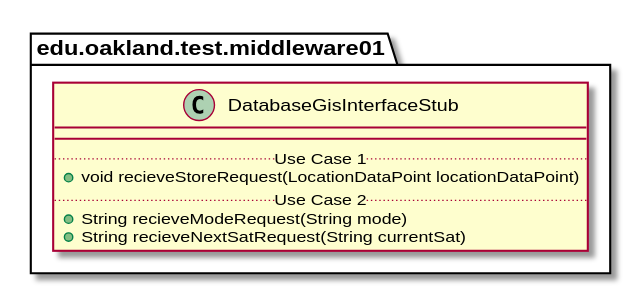
This is docs/uml-class-diagrams/middleware01/test/DatabaseGisInterfaceStub/DatabaseGisInterfaceStub.svg from andrewdimmer/csi-3370-software-project, a PlantUML export, as it was before one commit.
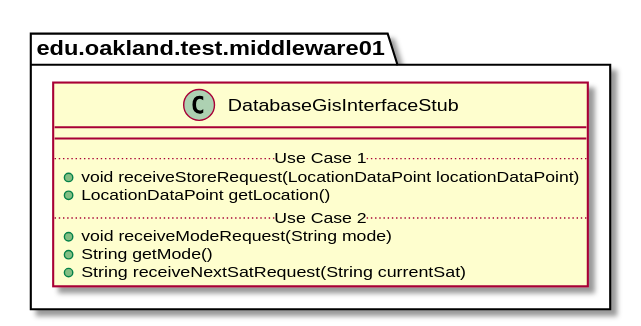
The same diagram one commit later.

The edit, as a diff of the source:
```diff
@@ -4,10 +4,12 @@
     class DatabaseGisInterfaceStub {
         __
         .. Use Case 1 ..
-        + void recieveStoreRequest(LocationDataPoint locationDataPoint)
+        + void receiveStoreRequest(LocationDataPoint locationDataPoint)
+        + LocationDataPoint getLocation()
         .. Use Case 2 ..
-        + String recieveModeRequest(String mode)
-        + String recieveNextSatRequest(String currentSat)
+        + void receiveModeRequest(String mode)
+        + String getMode()
+        + String receiveNextSatRequest(String currentSat)
     }
 }
 
```
